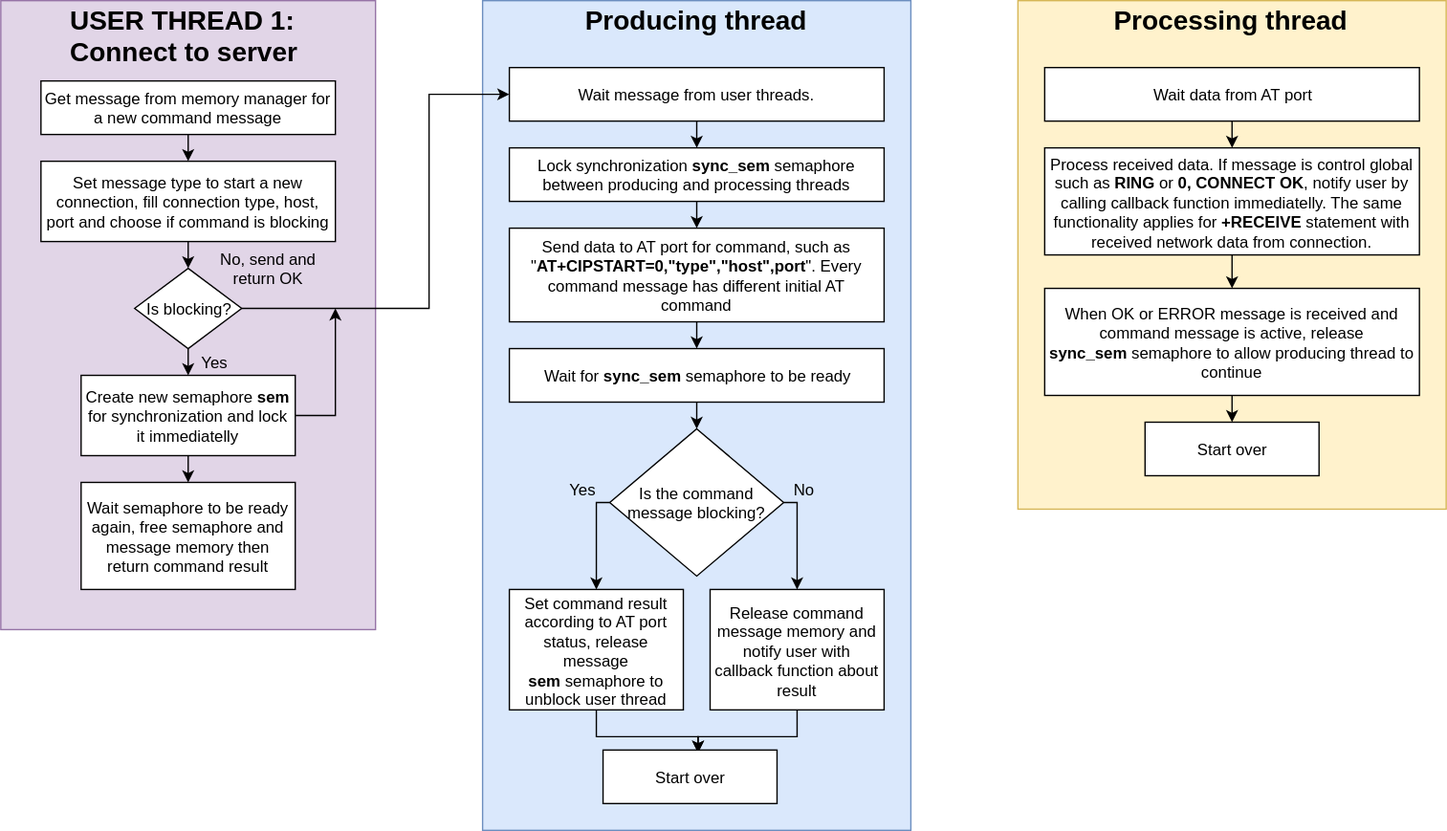
This is docs/src/thread_communication.svg from gopimn/GSM_AT_Lib_res, a draw.io export, as it was before one commit. Source tidied: cells renumbered, new cells last; positions are measured from the earlier drawing's top-left corner, leaving out a move shared by most shapes.
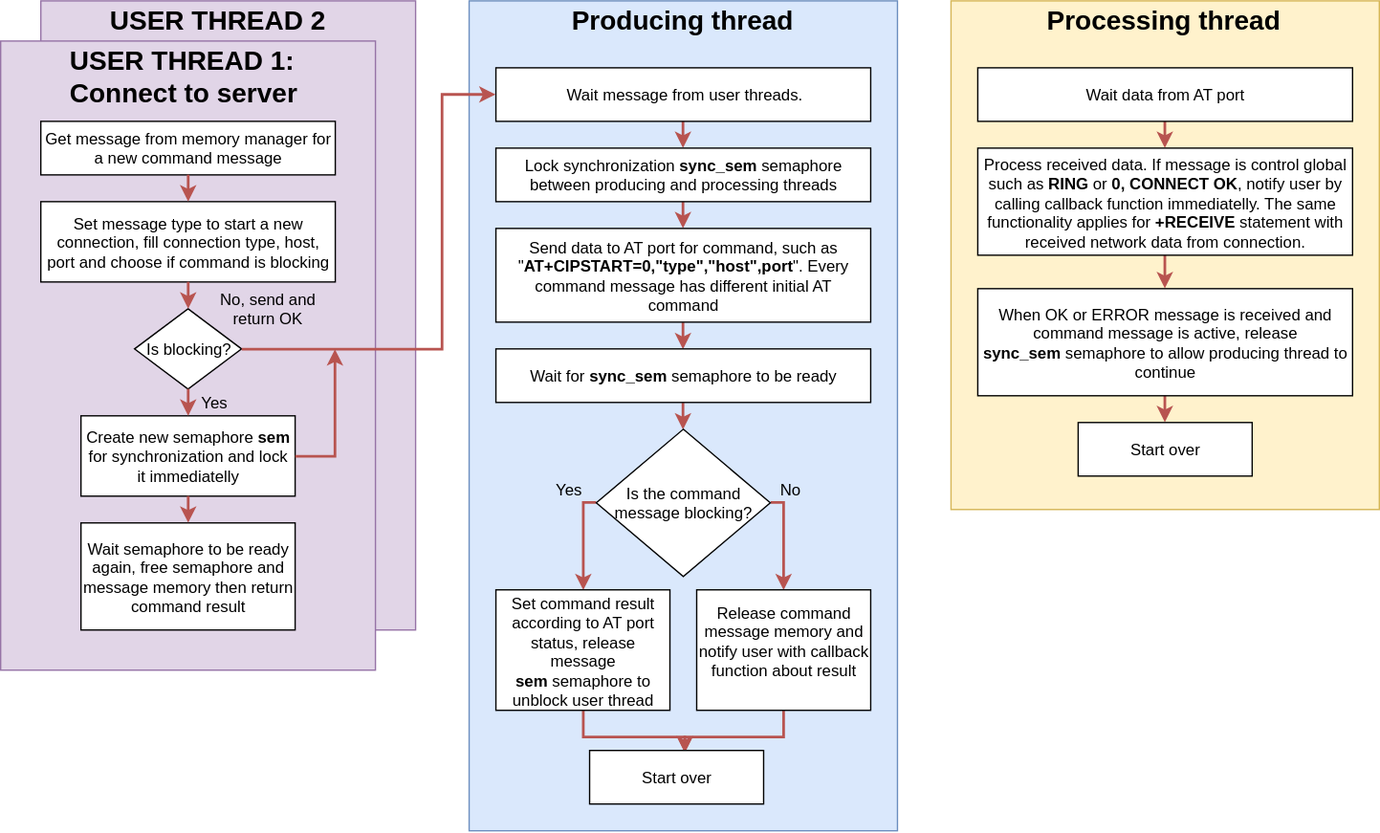
After the change.

What changed in the source:
```diff
@@ -2,106 +2,109 @@
   <root>
     <mxCell id="0" />
     <mxCell id="1" parent="0" />
+    <mxCell id="46" style="whiteSpace=wrap;html=1;fillColor=#e1d5e7;strokeColor=#9673a6;" parent="1" vertex="1">
+      <mxGeometry x="40" width="280" height="470" as="geometry" />
+    </mxCell>
     <mxCell id="2" style="whiteSpace=wrap;html=1;fillColor=#dae8fc;strokeColor=#6c8ebf;" parent="1" vertex="1">
       <mxGeometry x="360" width="320" height="620" as="geometry" />
     </mxCell>
     <mxCell id="3" style="whiteSpace=wrap;html=1;fillColor=#fff2cc;strokeColor=#d6b656;" parent="1" vertex="1">
-      <mxGeometry x="760" width="320" height="380" as="geometry" />
+      <mxGeometry x="720" width="320" height="380" as="geometry" />
     </mxCell>
     <mxCell id="4" style="whiteSpace=wrap;html=1;fillColor=#e1d5e7;strokeColor=#9673a6;" parent="1" vertex="1">
-      <mxGeometry width="280" height="470" as="geometry" />
+      <mxGeometry x="10" y="30" width="280" height="470" as="geometry" />
     </mxCell>
     <mxCell id="5" value="USER THREAD 1:&lt;div&gt;Connect to server&lt;/div&gt;" style="text;html=1;align=left;verticalAlign=top;spacingTop=-4;fontSize=20;fontStyle=1;" parent="1" vertex="1">
-      <mxGeometry x="50" width="180" height="50" as="geometry" />
+      <mxGeometry x="60" y="30" width="180" height="50" as="geometry" />
     </mxCell>
-    <mxCell id="6" style="edgeStyle=orthogonalEdgeStyle;rounded=0;html=1;exitX=0.5;exitY=1;entryX=0.5;entryY=0;jettySize=auto;fontSize=12;" parent="1" edge="1" source="7" target="24">
+    <mxCell id="6" style="edgeStyle=orthogonalEdgeStyle;rounded=0;html=1;exitX=0.5;exitY=1;entryX=0.5;entryY=0;jettySize=auto;fontSize=12;fillColor=#f8cecc;strokeColor=#b85450;strokeWidth=2;" parent="1" edge="1" source="7" target="24">
       <mxGeometry relative="1" as="geometry" />
     </mxCell>
     <mxCell id="7" value="Wait message from user threads." style="rounded=0;whiteSpace=wrap;html=1;fontSize=12;" parent="1" vertex="1">
       <mxGeometry x="380" y="50" width="280" height="40" as="geometry" />
     </mxCell>
     <mxCell id="8" value="Set message type to start a new connection, fill connection type, host, port and choose if command is blocking" style="rounded=0;whiteSpace=wrap;html=1;fontSize=12;" parent="1" vertex="1">
-      <mxGeometry x="30" y="120" width="220" height="60" as="geometry" />
+      <mxGeometry x="40" y="150" width="220" height="60" as="geometry" />
     </mxCell>
     <mxCell id="9" value="Get message from memory manager for a new command message" style="rounded=0;whiteSpace=wrap;html=1;fontSize=12;" parent="1" vertex="1">
-      <mxGeometry x="30" y="60" width="220" height="40" as="geometry" />
+      <mxGeometry x="40" y="90" width="220" height="40" as="geometry" />
     </mxCell>
-    <mxCell id="10" style="edgeStyle=orthogonalEdgeStyle;rounded=0;html=1;exitX=0.5;exitY=1;entryX=0.5;entryY=0;jettySize=auto;fontSize=12;" parent="1" edge="1" source="9" target="8">
+    <mxCell id="10" style="edgeStyle=orthogonalEdgeStyle;rounded=0;html=1;exitX=0.5;exitY=1;entryX=0.5;entryY=0;jettySize=auto;fontSize=12;fillColor=#f8cecc;strokeColor=#b85450;strokeWidth=2;" parent="1" edge="1" source="9" target="8">
       <mxGeometry relative="1" as="geometry" />
     </mxCell>
     <mxCell id="11" value="Producing thread" style="text;html=1;align=left;verticalAlign=top;spacingTop=-4;fontSize=20;fontStyle=1;" parent="1" vertex="1">
       <mxGeometry x="435" width="170" height="30" as="geometry" />
     </mxCell>
     <mxCell id="12" value="Processing thread" style="text;html=1;align=left;verticalAlign=top;spacingTop=-4;fontSize=20;fontStyle=1;" parent="1" vertex="1">
-      <mxGeometry x="830" width="180" height="30" as="geometry" />
+      <mxGeometry x="790" width="180" height="30" as="geometry" />
     </mxCell>
     <mxCell id="13" value="Create new semaphore &lt;b&gt;sem&lt;/b&gt; for synchronization and lock it immediatelly" style="rounded=0;whiteSpace=wrap;html=1;fontSize=12;" parent="1" vertex="1">
-      <mxGeometry x="60" y="280" width="160" height="60" as="geometry" />
+      <mxGeometry x="70" y="310" width="160" height="60" as="geometry" />
     </mxCell>
     <mxCell id="14" value="Is blocking?" style="rhombus;whiteSpace=wrap;html=1;fontSize=12;" parent="1" vertex="1">
-      <mxGeometry x="100" y="200" width="80" height="60" as="geometry" />
+      <mxGeometry x="110" y="230" width="80" height="60" as="geometry" />
     </mxCell>
-    <mxCell id="15" style="edgeStyle=orthogonalEdgeStyle;rounded=0;html=1;exitX=0.5;exitY=1;entryX=0.5;entryY=0;jettySize=auto;fontSize=12;" parent="1" edge="1" source="8" target="14">
+    <mxCell id="15" style="edgeStyle=orthogonalEdgeStyle;rounded=0;html=1;exitX=0.5;exitY=1;entryX=0.5;entryY=0;jettySize=auto;fontSize=12;fillColor=#f8cecc;strokeColor=#b85450;strokeWidth=2;" parent="1" edge="1" source="8" target="14">
       <mxGeometry relative="1" as="geometry" />
     </mxCell>
-    <mxCell id="16" style="edgeStyle=orthogonalEdgeStyle;rounded=0;html=1;exitX=1;exitY=0.5;entryX=0;entryY=0.5;jettySize=auto;fontSize=12;" parent="1" edge="1" source="14" target="7">
+    <mxCell id="16" style="edgeStyle=orthogonalEdgeStyle;rounded=0;html=1;exitX=1;exitY=0.5;entryX=0;entryY=0.5;jettySize=auto;fontSize=12;fillColor=#f8cecc;strokeColor=#b85450;strokeWidth=2;" parent="1" edge="1" source="14" target="7">
       <mxGeometry relative="1" as="geometry">
         <Array as="points">
-          <mxPoint x="320" y="230" />
-          <mxPoint x="320" y="70" />
+          <mxPoint x="340" y="260" />
+          <mxPoint x="340" y="70" />
         </Array>
       </mxGeometry>
     </mxCell>
     <mxCell id="17" value="No, send and return OK" style="text;html=1;strokeColor=none;fillColor=none;align=center;verticalAlign=middle;whiteSpace=wrap;rounded=0;fontSize=12;" parent="1" vertex="1">
-      <mxGeometry x="160" y="185" width="80" height="30" as="geometry" />
+      <mxGeometry x="170" y="215" width="80" height="30" as="geometry" />
     </mxCell>
     <mxCell id="18" value="Yes" style="text;html=1;strokeColor=none;fillColor=none;align=center;verticalAlign=middle;whiteSpace=wrap;rounded=0;fontSize=12;" parent="1" vertex="1">
-      <mxGeometry x="140" y="260" width="40" height="20" as="geometry" />
+      <mxGeometry x="150" y="290" width="40" height="20" as="geometry" />
     </mxCell>
-    <mxCell id="19" style="edgeStyle=orthogonalEdgeStyle;rounded=0;html=1;exitX=0.5;exitY=1;entryX=0.5;entryY=0;jettySize=auto;fontSize=12;" parent="1" edge="1" source="14" target="13">
+    <mxCell id="19" style="edgeStyle=orthogonalEdgeStyle;rounded=0;html=1;exitX=0.5;exitY=1;entryX=0.5;entryY=0;jettySize=auto;fontSize=12;fillColor=#f8cecc;strokeColor=#b85450;strokeWidth=2;" parent="1" edge="1" source="14" target="13">
       <mxGeometry relative="1" as="geometry" />
     </mxCell>
-    <mxCell id="20" style="edgeStyle=orthogonalEdgeStyle;rounded=0;html=1;exitX=1;exitY=0.5;jettySize=auto;fontSize=12;" parent="1" edge="1" source="13">
+    <mxCell id="20" style="edgeStyle=orthogonalEdgeStyle;rounded=0;html=1;exitX=1;exitY=0.5;jettySize=auto;fontSize=12;fillColor=#f8cecc;strokeColor=#b85450;strokeWidth=2;" parent="1" edge="1" source="13">
       <mxGeometry relative="1" as="geometry">
-        <mxPoint x="250" y="230" as="targetPoint" />
+        <mxPoint x="260" y="260" as="targetPoint" />
         <Array as="points">
-          <mxPoint x="250" y="310" />
-          <mxPoint x="250" y="230" />
+          <mxPoint x="260" y="340" />
+          <mxPoint x="260" y="260" />
         </Array>
       </mxGeometry>
     </mxCell>
     <mxCell id="21" value="Wait semaphore to be ready again, free semaphore and message memory then return command result" style="rounded=0;whiteSpace=wrap;html=1;fontSize=12;" parent="1" vertex="1">
-      <mxGeometry x="60" y="360" width="160" height="80" as="geometry" />
+      <mxGeometry x="70" y="390" width="160" height="80" as="geometry" />
     </mxCell>
-    <mxCell id="22" style="edgeStyle=orthogonalEdgeStyle;rounded=0;html=1;exitX=0.5;exitY=1;entryX=0.5;entryY=0;jettySize=auto;fontSize=12;" parent="1" edge="1" source="13" target="21">
+    <mxCell id="22" style="edgeStyle=orthogonalEdgeStyle;rounded=0;html=1;exitX=0.5;exitY=1;entryX=0.5;entryY=0;jettySize=auto;fontSize=12;fillColor=#f8cecc;strokeColor=#b85450;strokeWidth=2;" parent="1" edge="1" source="13" target="21">
       <mxGeometry relative="1" as="geometry" />
     </mxCell>
-    <mxCell id="23" style="edgeStyle=orthogonalEdgeStyle;rounded=0;html=1;exitX=0.5;exitY=1;entryX=0.5;entryY=0;jettySize=auto;fontSize=12;" parent="1" edge="1" source="24" target="26">
+    <mxCell id="23" style="edgeStyle=orthogonalEdgeStyle;rounded=0;html=1;exitX=0.5;exitY=1;entryX=0.5;entryY=0;jettySize=auto;fontSize=12;fillColor=#f8cecc;strokeColor=#b85450;strokeWidth=2;" parent="1" edge="1" source="24" target="26">
       <mxGeometry relative="1" as="geometry" />
     </mxCell>
     <mxCell id="24" value="Lock synchronization &lt;b&gt;sync_sem&lt;/b&gt;&amp;nbsp;semaphore between producing and processing threads" style="rounded=0;whiteSpace=wrap;html=1;fontSize=12;" parent="1" vertex="1">
       <mxGeometry x="380" y="110" width="280" height="40" as="geometry" />
     </mxCell>
-    <mxCell id="25" style="edgeStyle=orthogonalEdgeStyle;rounded=0;html=1;exitX=0.5;exitY=1;entryX=0.5;entryY=0;jettySize=auto;fontSize=12;" parent="1" edge="1" source="26" target="28">
+    <mxCell id="25" style="edgeStyle=orthogonalEdgeStyle;rounded=0;html=1;exitX=0.5;exitY=1;entryX=0.5;entryY=0;jettySize=auto;fontSize=12;fillColor=#f8cecc;strokeColor=#b85450;strokeWidth=2;" parent="1" edge="1" source="26" target="28">
       <mxGeometry relative="1" as="geometry" />
     </mxCell>
     <mxCell id="26" value="Send data to AT port for command, such as &quot;&lt;b&gt;AT+CIPSTART=0,&quot;type&quot;,&quot;host&quot;,port&lt;/b&gt;&quot;. Every command message has different initial AT command" style="rounded=0;whiteSpace=wrap;html=1;fontSize=12;" parent="1" vertex="1">
       <mxGeometry x="380" y="170" width="280" height="70" as="geometry" />
     </mxCell>
-    <mxCell id="27" style="edgeStyle=orthogonalEdgeStyle;rounded=0;html=1;exitX=0.5;exitY=1;entryX=0.5;entryY=0;jettySize=auto;" parent="1" edge="1" source="28" target="31">
+    <mxCell id="27" style="edgeStyle=orthogonalEdgeStyle;rounded=0;html=1;exitX=0.5;exitY=1;entryX=0.5;entryY=0;jettySize=auto;fillColor=#f8cecc;strokeColor=#b85450;strokeWidth=2;" parent="1" edge="1" source="28" target="31">
       <mxGeometry relative="1" as="geometry" />
     </mxCell>
     <mxCell id="28" value="Wait for &lt;b&gt;sync_sem&lt;/b&gt;&amp;nbsp;semaphore to be ready" style="rounded=0;whiteSpace=wrap;html=1;fontSize=12;" parent="1" vertex="1">
       <mxGeometry x="380" y="260" width="280" height="40" as="geometry" />
     </mxCell>
-    <mxCell id="29" style="edgeStyle=orthogonalEdgeStyle;rounded=0;html=1;exitX=0;exitY=0.5;entryX=0.5;entryY=0;jettySize=auto;" parent="1" edge="1" source="31" target="33">
+    <mxCell id="29" style="edgeStyle=orthogonalEdgeStyle;rounded=0;html=1;exitX=0;exitY=0.5;entryX=0.5;entryY=0;jettySize=auto;fillColor=#f8cecc;strokeColor=#b85450;strokeWidth=2;" parent="1" edge="1" source="31" target="33">
       <mxGeometry relative="1" as="geometry">
         <Array as="points">
           <mxPoint x="445" y="375" />
         </Array>
       </mxGeometry>
     </mxCell>
-    <mxCell id="30" style="edgeStyle=orthogonalEdgeStyle;rounded=0;html=1;exitX=1;exitY=0.5;entryX=0.5;entryY=0;jettySize=auto;" parent="1" edge="1" source="31" target="35">
+    <mxCell id="30" style="edgeStyle=orthogonalEdgeStyle;rounded=0;html=1;exitX=1;exitY=0.5;entryX=0.5;entryY=0;jettySize=auto;fillColor=#f8cecc;strokeColor=#b85450;strokeWidth=2;" parent="1" edge="1" source="31" target="35">
       <mxGeometry relative="1" as="geometry">
         <Array as="points">
           <mxPoint x="595" y="375" />
@@ -111,13 +114,13 @@
     <mxCell id="31" value="Is the command message blocking?" style="rhombus;whiteSpace=wrap;html=1;fontSize=12;" parent="1" vertex="1">
       <mxGeometry x="455" y="320" width="130" height="110" as="geometry" />
     </mxCell>
-    <mxCell id="32" style="edgeStyle=orthogonalEdgeStyle;rounded=0;html=1;exitX=0.5;exitY=1;entryX=0.549;entryY=0.038;entryPerimeter=0;jettySize=auto;" parent="1" edge="1" source="33" target="38">
+    <mxCell id="32" style="edgeStyle=orthogonalEdgeStyle;rounded=0;html=1;exitX=0.5;exitY=1;entryX=0.549;entryY=0.038;entryPerimeter=0;jettySize=auto;fillColor=#f8cecc;strokeColor=#b85450;strokeWidth=2;" parent="1" edge="1" source="33" target="38">
       <mxGeometry relative="1" as="geometry" />
     </mxCell>
     <mxCell id="33" value="Set command result according to AT port status, release message &lt;b&gt;sem&lt;/b&gt;&amp;nbsp;semaphore to unblock user thread" style="rounded=0;whiteSpace=wrap;html=1;fontSize=12;" parent="1" vertex="1">
       <mxGeometry x="380" y="440" width="130" height="90" as="geometry" />
     </mxCell>
-    <mxCell id="34" style="edgeStyle=orthogonalEdgeStyle;rounded=0;html=1;exitX=0.5;exitY=1;entryX=0.548;entryY=0.04;entryPerimeter=0;jettySize=auto;" parent="1" edge="1" source="35" target="38">
+    <mxCell id="34" style="edgeStyle=orthogonalEdgeStyle;rounded=0;html=1;exitX=0.5;exitY=1;entryX=0.548;entryY=0.04;entryPerimeter=0;jettySize=auto;fillColor=#f8cecc;strokeColor=#b85450;strokeWidth=2;" parent="1" edge="1" source="35" target="38">
       <mxGeometry relative="1" as="geometry" />
     </mxCell>
     <mxCell id="35" value="Release command message memory and notify user with callback function about result" style="rounded=0;whiteSpace=wrap;html=1;fontSize=12;" parent="1" vertex="1">
@@ -132,26 +135,29 @@
     <mxCell id="38" value="Start over" style="rounded=0;whiteSpace=wrap;html=1;fontSize=12;" parent="1" vertex="1">
       <mxGeometry x="450" y="560" width="130" height="40" as="geometry" />
     </mxCell>
-    <mxCell id="39" style="edgeStyle=orthogonalEdgeStyle;rounded=0;html=1;exitX=0.5;exitY=1;entryX=0.5;entryY=0;jettySize=auto;" parent="1" edge="1" source="40" target="42">
+    <mxCell id="39" style="edgeStyle=orthogonalEdgeStyle;rounded=0;html=1;exitX=0.5;exitY=1;entryX=0.5;entryY=0;jettySize=auto;fillColor=#f8cecc;strokeColor=#b85450;strokeWidth=2;" parent="1" edge="1" source="40" target="42">
       <mxGeometry relative="1" as="geometry" />
     </mxCell>
     <mxCell id="40" value="Wait data from AT port" style="rounded=0;whiteSpace=wrap;html=1;fontSize=12;" parent="1" vertex="1">
-      <mxGeometry x="780" y="50" width="280" height="40" as="geometry" />
+      <mxGeometry x="740" y="50" width="280" height="40" as="geometry" />
     </mxCell>
-    <mxCell id="41" style="edgeStyle=orthogonalEdgeStyle;rounded=0;html=1;exitX=0.5;exitY=1;entryX=0.5;entryY=0;jettySize=auto;" parent="1" edge="1" source="42" target="44">
+    <mxCell id="41" style="edgeStyle=orthogonalEdgeStyle;rounded=0;html=1;exitX=0.5;exitY=1;entryX=0.5;entryY=0;jettySize=auto;fillColor=#f8cecc;strokeColor=#b85450;strokeWidth=2;" parent="1" edge="1" source="42" target="44">
       <mxGeometry relative="1" as="geometry" />
     </mxCell>
     <mxCell id="42" value="Process received data. If message is control global such as &lt;b&gt;RING&lt;/b&gt;&amp;nbsp;or &lt;b&gt;0, CONNECT OK&lt;/b&gt;, notify user by calling callback function immediatelly. The same functionality applies for &lt;b&gt;+RECEIVE&amp;nbsp;&lt;/b&gt;statement with received network data from connection." style="rounded=0;whiteSpace=wrap;html=1;fontSize=12;" parent="1" vertex="1">
-      <mxGeometry x="780" y="110" width="280" height="80" as="geometry" />
+      <mxGeometry x="740" y="110" width="280" height="80" as="geometry" />
     </mxCell>
-    <mxCell id="43" style="edgeStyle=orthogonalEdgeStyle;rounded=0;html=1;exitX=0.5;exitY=1;entryX=0.5;entryY=0;jettySize=auto;" parent="1" edge="1" source="44" target="45">
+    <mxCell id="43" style="edgeStyle=orthogonalEdgeStyle;rounded=0;html=1;exitX=0.5;exitY=1;entryX=0.5;entryY=0;jettySize=auto;fillColor=#f8cecc;strokeColor=#b85450;strokeWidth=2;" parent="1" edge="1" source="44" target="45">
       <mxGeometry relative="1" as="geometry" />
     </mxCell>
     <mxCell id="44" value="When OK or ERROR message is received and command message is active, release &lt;b&gt;sync_sem&lt;/b&gt;&amp;nbsp;semaphore to allow producing thread to continue" style="rounded=0;whiteSpace=wrap;html=1;fontSize=12;" parent="1" vertex="1">
-      <mxGeometry x="780" y="215" width="280" height="80" as="geometry" />
+      <mxGeometry x="740" y="215" width="280" height="80" as="geometry" />
     </mxCell>
     <mxCell id="45" value="Start over" style="rounded=0;whiteSpace=wrap;html=1;fontSize=12;" parent="1" vertex="1">
-      <mxGeometry x="855" y="315" width="130" height="40" as="geometry" />
+      <mxGeometry x="815" y="315" width="130" height="40" as="geometry" />
     </mxCell>
+    <mxCell id="47" value="USER THREAD 2&lt;br&gt;" style="text;html=1;align=left;verticalAlign=top;spacingTop=-4;fontSize=20;fontStyle=1;" parent="1" vertex="1">
+      <mxGeometry x="90" width="180" height="30" as="geometry" />
+    </mxCell>
   </root>
 </mxGraphModel>
```
